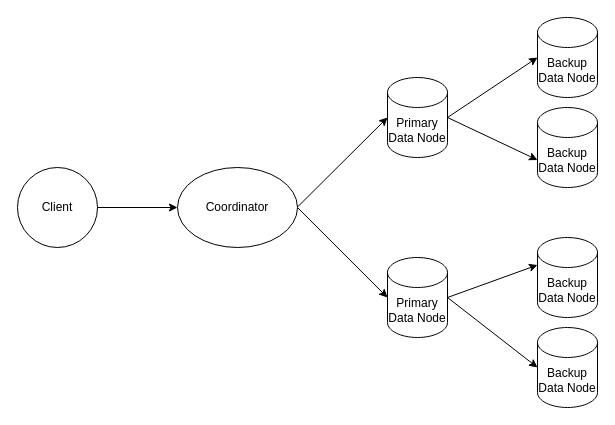
Above: es-data-replication-model.drawio in weizheng1990s/Diagram (draw.io), before the change. Source tidied: cells renumbered, new cells numbered last; positions are measured from the earlier drawing's top-left corner, leaving out a move shared by most shapes. Both pictures are drawn from the tidied source at 100%, with x=0, y=0 at pixel (17, 17).
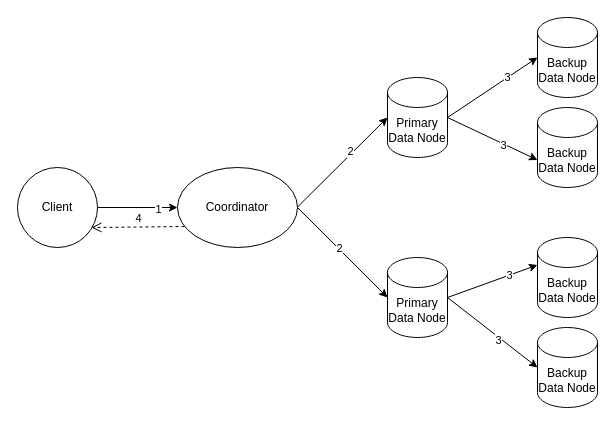
The same diagram, later.

Unchanged cells that the change refers to:
```xml
<mxCell id="2" value="Client" style="ellipse;whiteSpace=wrap;html=1;" parent="1" vertex="1">
  <mxGeometry y="150" width="80" height="80" as="geometry" />
</mxCell>
<mxCell id="3" value="Coordinator" style="ellipse;whiteSpace=wrap;html=1;" parent="1" vertex="1">
  <mxGeometry x="160" y="150" width="120" height="80" as="geometry" />
</mxCell>
<mxCell id="10" style="endArrow=classic;html=1;exitX=1;exitY=0.5;exitDx=0;exitDy=0;entryX=0;entryY=0.5;entryDx=0;entryDy=0;" parent="1" edge="1" source="2" target="3">
  <mxGeometry relative="1" as="geometry" />
</mxCell>
<mxCell id="11" style="endArrow=classic;html=1;exitX=1;exitY=0.5;exitDx=0;exitDy=0;entryX=0;entryY=0.5;entryDx=0;entryDy=0;entryPerimeter=0;" parent="1" edge="1" source="3" target="5">
  <mxGeometry relative="1" as="geometry" />
</mxCell>
<mxCell id="12" style="endArrow=classic;html=1;exitX=1;exitY=0.5;exitDx=0;exitDy=0;entryX=0;entryY=0.5;entryDx=0;entryDy=0;entryPerimeter=0;" parent="1" edge="1" target="4">
  <mxGeometry relative="1" as="geometry">
    <mxPoint x="280" y="189.5" as="sourcePoint" />
  </mxGeometry>
</mxCell>
<mxCell id="13" style="endArrow=classic;html=1;exitX=1;exitY=0.5;exitDx=0;exitDy=0;entryX=0;entryY=0;entryDx=0;entryDy=52.5;entryPerimeter=0;exitPerimeter=0;" parent="1" edge="1" source="4" target="7">
  <mxGeometry relative="1" as="geometry" />
</mxCell>
<mxCell id="14" style="endArrow=classic;html=1;exitX=1;exitY=0.5;exitDx=0;exitDy=0;entryX=0;entryY=0.5;entryDx=0;entryDy=0;entryPerimeter=0;exitPerimeter=0;" parent="1" edge="1" source="4" target="6">
  <mxGeometry relative="1" as="geometry" />
</mxCell>
<mxCell id="15" style="endArrow=classic;html=1;exitX=1;exitY=0.5;exitDx=0;exitDy=0;entryX=0;entryY=0.5;entryDx=0;entryDy=0;entryPerimeter=0;exitPerimeter=0;" parent="1" edge="1" source="5" target="9">
  <mxGeometry relative="1" as="geometry" />
</mxCell>
<mxCell id="16" style="endArrow=classic;html=1;exitX=1;exitY=0.5;exitDx=0;exitDy=0;entryX=0;entryY=0;entryDx=0;entryDy=27.5;entryPerimeter=0;exitPerimeter=0;" parent="1" edge="1" source="5" target="8">
  <mxGeometry relative="1" as="geometry" />
</mxCell>
```

Diff of the diagram source:
```diff
@@
+    <mxCell id="17" value="1" style="edgeLabel;html=1;align=center;verticalAlign=middle;" parent="10" vertex="1">
+      <mxGeometry x="0.5" y="-1" relative="1" as="geometry" />
+    </mxCell>
@@
+    <mxCell id="18" value="2" style="edgeLabel;html=1;align=center;verticalAlign=middle;" parent="11" vertex="1">
+      <mxGeometry x="-0.09" y="1" relative="1" as="geometry" />
+    </mxCell>
@@
+    <mxCell id="19" value="2" style="edgeLabel;html=1;align=center;verticalAlign=middle;" parent="12" vertex="1">
+      <mxGeometry x="0.21" y="3" relative="1" as="geometry" />
+    </mxCell>
@@
+    <mxCell id="20" value="3" style="edgeLabel;html=1;align=center;verticalAlign=middle;" parent="13" vertex="1">
+      <mxGeometry x="0.25" y="-1" relative="1" as="geometry" />
+    </mxCell>
@@
+    <mxCell id="21" value="3" style="edgeLabel;html=1;align=center;verticalAlign=middle;" parent="14" vertex="1">
+      <mxGeometry x="0.34" y="1" relative="1" as="geometry" />
+    </mxCell>
@@
+    <mxCell id="22" value="3" style="edgeLabel;html=1;align=center;verticalAlign=middle;" parent="15" vertex="1">
+      <mxGeometry x="0.16" y="-2" relative="1" as="geometry" />
+    </mxCell>
@@
+    <mxCell id="23" value="3" style="edgeLabel;html=1;align=center;verticalAlign=middle;" parent="16" vertex="1">
+      <mxGeometry x="0.36" relative="1" as="geometry" />
+    </mxCell>
+    <mxCell id="24" value="4" style="html=1;verticalAlign=bottom;endArrow=open;dashed=1;endSize=8;exitX=0.058;exitY=0.738;exitDx=0;exitDy=0;exitPerimeter=0;entryX=0.925;entryY=0.75;entryDx=0;entryDy=0;entryPerimeter=0;" parent="1" edge="1" source="3" target="2">
+      <mxGeometry relative="1" as="geometry" />
+    </mxCell>
```
